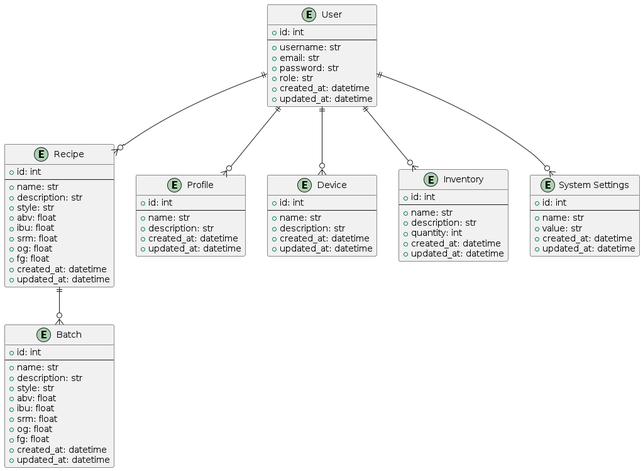
asbor/iu-project-software-engineering keeps this PlantUML diagram as documents/01-Conception-Phase/images/09-ER-Diagram.png. Above is the earlier version. The source it was exported from:
```plantuml
@startuml 09-ER-Diagram

entity "User" as user {
    + id: int
    --
    + username: str
    + email: str
    + password: str
    + role: str
    + created_at: datetime
    + updated_at: datetime
}

entity "Recipe" as recipe {
    + id: int
    --
    + name: str
    + description: str
    + style: str
    + abv: float
    + ibu: float
    + srm: float
    + og: float
    + fg: float
    + created_at: datetime
    + updated_at: datetime
}

entity "Batch" as batch {
    + id: int
    --
    + name: str
    + description: str
    + style: str
    + abv: float
    + ibu: float
    + srm: float
    + og: float
    + fg: float
    + created_at: datetime
    + updated_at: datetime
}

entity "Profile" as profile {
    + id: int
    --
    + name: str
    + description: str
    + created_at: datetime
    + updated_at: datetime
}

entity "Device" as device {
    + id: int
    --
    + name: str
    + description: str
    + created_at: datetime
    + updated_at: datetime
}

entity "Inventory" as inventory {
    + id: int
    --
    + name: str
    + description: str
    + quantity: int
    + created_at: datetime
    + updated_at: datetime
}

entity "System Settings" as systemSettings {
    + id: int
    --
    + name: str
    + value: str
    + created_at: datetime
    + updated_at: datetime
}

user ||--o{ recipe
recipe ||--o{ batch
user ||--o{ profile
user ||--o{ device
user ||--o{ inventory
user ||--o{ systemSettings

@enduml
```
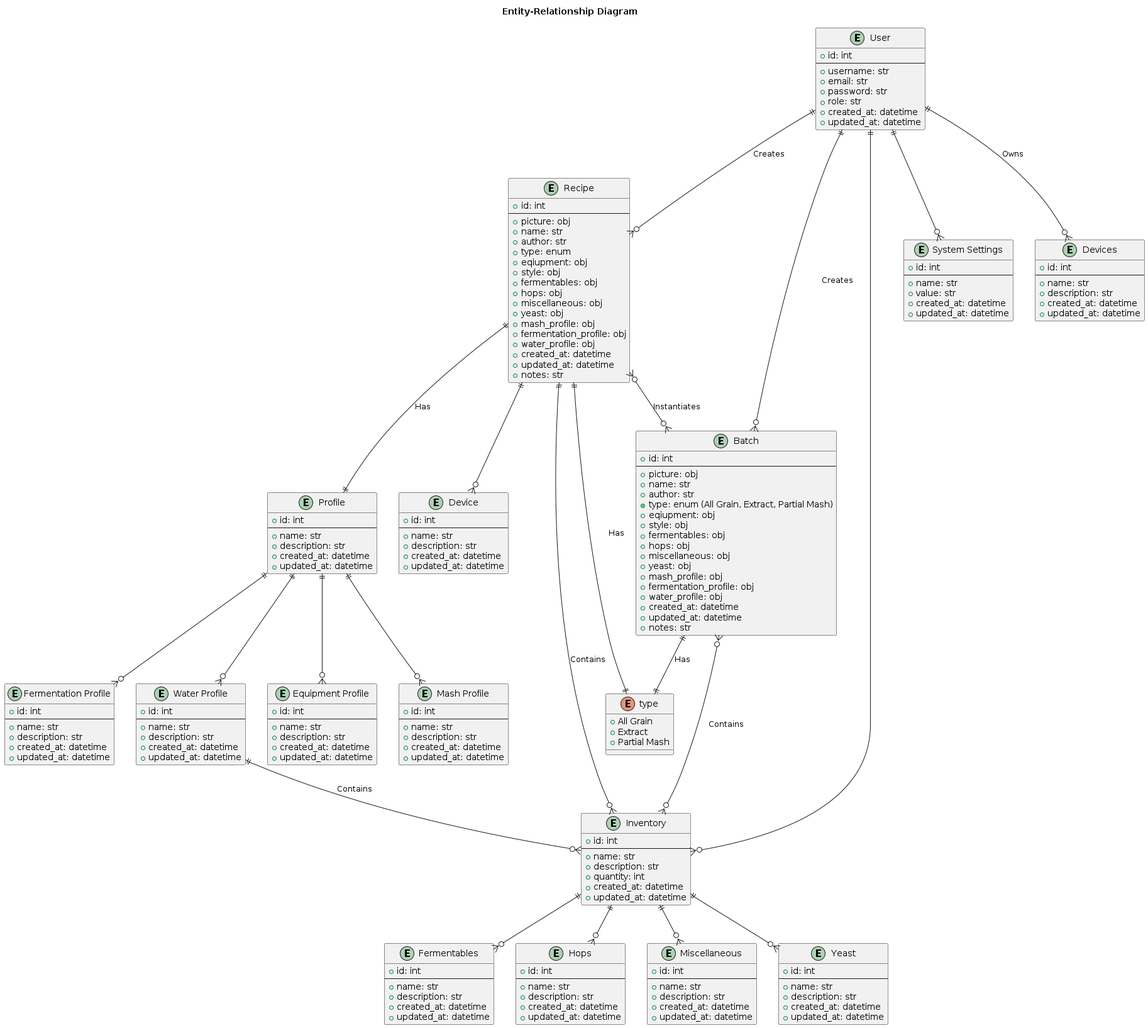
The same file after the commit.

Diff of the diagram source:
```diff
@@ -1,4 +1,6 @@
 @startuml 09-ER-Diagram
+
+title Entity-Relationship Diagram
 
 entity "User" as user {
     + id: int
@@ -14,31 +16,49 @@
 entity "Recipe" as recipe {
     + id: int
     --
+    + picture: obj
     + name: str
-    + description: str
-    + style: str
-    + abv: float
-    + ibu: float
-    + srm: float
-    + og: float
-    + fg: float
+    + author: str
+    + type: enum
+    + eqiupment: obj
+    + style: obj
+    + fermentables: obj
+    + hops: obj
+    + miscellaneous: obj
+    + yeast: obj
+    + mash_profile: obj
+    + fermentation_profile: obj
+    + water_profile: obj
     + created_at: datetime
     + updated_at: datetime
+    + notes: str
+}
+
+enum "type" as type {
+    + All Grain
+    + Extract
+    + Partial Mash
 }
 
 entity "Batch" as batch {
     + id: int
     --
+    + picture: obj
     + name: str
-    + description: str
-    + style: str
-    + abv: float
-    + ibu: float
-    + srm: float
-    + og: float
-    + fg: float
+    + author: str
+    + type: enum (All Grain, Extract, Partial Mash)
+    + eqiupment: obj
+    + style: obj
+    + fermentables: obj
+    + hops: obj
+    + miscellaneous: obj
+    + yeast: obj
+    + mash_profile: obj
+    + fermentation_profile: obj
+    + water_profile: obj
     + created_at: datetime
     + updated_at: datetime
+    + notes: str
 }
 
 entity "Profile" as profile {
@@ -78,11 +98,113 @@
     + updated_at: datetime
 }
 
-user ||--o{ recipe
-recipe ||--o{ batch
-user ||--o{ profile
-user ||--o{ device
+entity "Equipment Profile" as equipmentProfile {
+    + id: int
+    --
+    + name: str
+    + description: str
+    + created_at: datetime
+    + updated_at: datetime
+}
+
+entity "Mash Profile" as mashProfile {
+    + id: int
+    --
+    + name: str
+    + description: str
+    + created_at: datetime
+    + updated_at: datetime
+}
+
+entity "Fermentation Profile" as fermentationProfile {
+    + id: int
+    --
+    + name: str
+    + description: str
+    + created_at: datetime
+    + updated_at: datetime
+}
+
+entity "Water Profile" as waterProfile {
+    + id: int
+    --
+    + name: str
+    + description: str
+    + created_at: datetime
+    + updated_at: datetime
+}
+
+entity "Devices" as devices {
+    + id: int
+    --
+    + name: str
+    + description: str
+    + created_at: datetime
+    + updated_at: datetime
+}
+
+entity "Fermentables" as fermentables {
+    + id: int
+    --
+    + name: str
+    + description: str
+    + created_at: datetime
+    + updated_at: datetime
+}
+
+entity "Hops" as hops {
+    + id: int
+    --
+    + name: str
+    + description: str
+    + created_at: datetime
+    + updated_at: datetime
+}
+
+entity "Miscellaneous" as miscellaneous {
+    + id: int
+    --
+    + name: str
+    + description: str
+    + created_at: datetime
+    + updated_at: datetime
+}
+
+entity "Yeast" as yeast {
+    + id: int
+    --
+    + name: str
+    + description: str
+    + created_at: datetime
+    + updated_at: datetime
+}
+
+recipe ||--|| type : "Has"
+batch ||--|| type : "Has"
+
+user ||--o{ recipe : "Creates"
+recipe }o--o{ batch : "Instantiates"
+user ||--o{ batch : "Creates"
+user ||--o{ devices : "Owns"
+recipe ||--|| profile : "Has"
+recipe ||--o{ device
 user ||--o{ inventory
 user ||--o{ systemSettings
 
+profile ||--o{ equipmentProfile
+profile ||--o{ mashProfile
+profile ||--o{ fermentationProfile
+profile ||--o{ waterProfile
+
+inventory ||--o{ fermentables
+inventory ||--o{ hops
+inventory ||--o{ miscellaneous
+inventory ||--o{ yeast
+
+batch }o--o{ inventory : "Contains"
+
+waterProfile ||--o{ inventory : "Contains"
+
+recipe ||--o{ inventory : "Contains"
+
 @enduml
```
